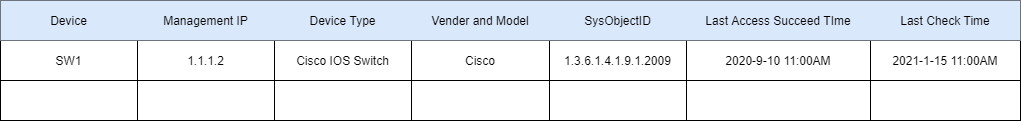
This is Platform Certification Guidance/images/To be Deleted Device.png from PlatformCertification/Certification-IEv10.0, a draw.io export, as it was before one commit. Source tidied: cells renumbered, new cells last; positions are measured from the earlier drawing's top-left corner, leaving out a move shared by most shapes.
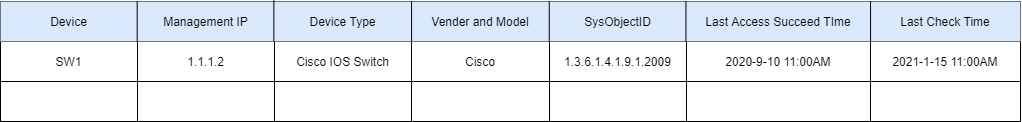
Later version of the same file.

Diff of the diagram source:
```diff
@@ -77,5 +77,23 @@
     <mxCell id="26" style="shape=partialRectangle;html=1;whiteSpace=wrap;overflow=hidden;fillColor=none;top=0;left=0;bottom=0;right=0;" parent="19" vertex="1">
       <mxGeometry x="870" width="150" height="40" as="geometry" />
     </mxCell>
+    <mxCell id="27" style="endArrow=none;html=1;exitX=0.134;exitY=1.007;exitDx=0;exitDy=0;exitPerimeter=0;entryX=0.134;entryY=-0.01;entryDx=0;entryDy=0;entryPerimeter=0;" parent="2" edge="1" source="3" target="3">
+      <mxGeometry relative="1" as="geometry" />
+    </mxCell>
+    <mxCell id="28" style="endArrow=none;html=1;exitX=0.268;exitY=-0.004;exitDx=0;exitDy=0;exitPerimeter=0;entryX=0.268;entryY=-0.024;entryDx=0;entryDy=0;entryPerimeter=0;" parent="2" edge="1" source="11" target="3">
+      <mxGeometry relative="1" as="geometry" />
+    </mxCell>
+    <mxCell id="29" style="endArrow=none;html=1;exitX=0.403;exitY=1.003;exitDx=0;exitDy=0;exitPerimeter=0;entryX=0.403;entryY=-0.01;entryDx=0;entryDy=0;entryPerimeter=0;" parent="2" edge="1" source="3" target="3">
+      <mxGeometry relative="1" as="geometry" />
+    </mxCell>
+    <mxCell id="30" style="endArrow=none;html=1;exitX=0.538;exitY=0.009;exitDx=0;exitDy=0;exitPerimeter=0;entryX=0.538;entryY=-0.004;entryDx=0;entryDy=0;entryPerimeter=0;" parent="2" edge="1" source="11" target="3">
+      <mxGeometry relative="1" as="geometry" />
+    </mxCell>
+    <mxCell id="31" style="endArrow=none;html=1;entryX=0.672;entryY=-0.005;entryDx=0;entryDy=0;entryPerimeter=0;exitX=0.672;exitY=1.007;exitDx=0;exitDy=0;exitPerimeter=0;" parent="2" edge="1" source="3" target="3">
+      <mxGeometry relative="1" as="geometry" />
+    </mxCell>
+    <mxCell id="32" style="endArrow=none;html=1;exitX=0.853;exitY=0.01;exitDx=0;exitDy=0;exitPerimeter=0;entryX=0.853;entryY=-0.006;entryDx=0;entryDy=0;entryPerimeter=0;" parent="2" edge="1" source="11" target="3">
+      <mxGeometry relative="1" as="geometry" />
+    </mxCell>
   </root>
 </mxGraphModel>
```
